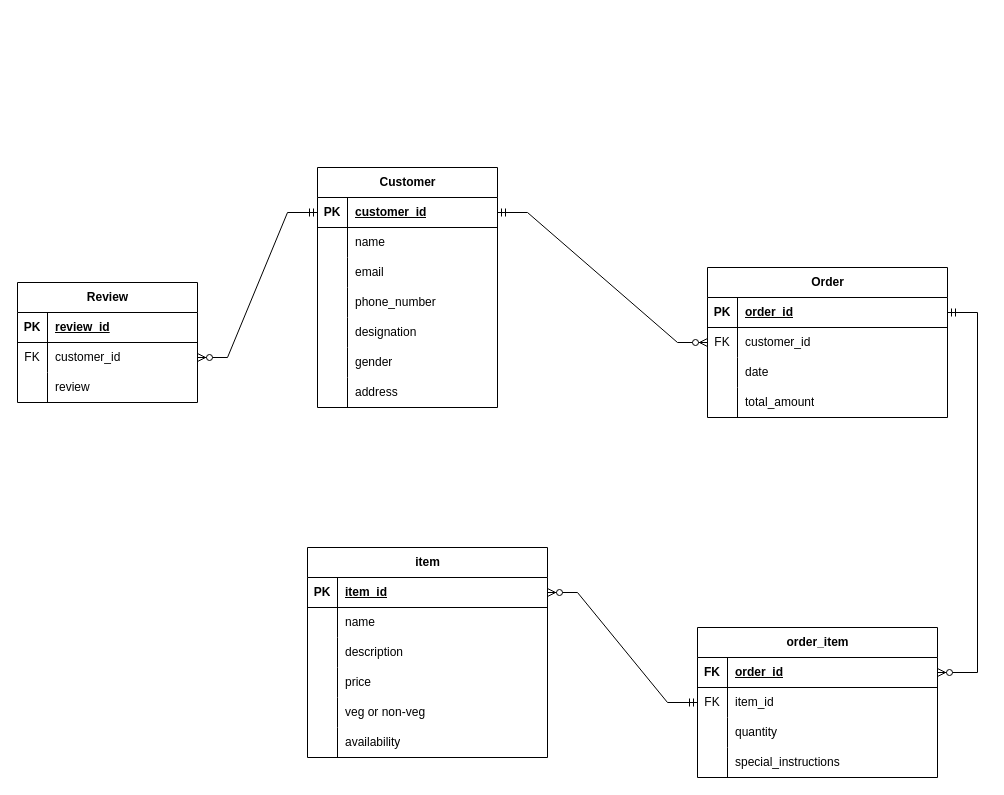
Earlier version of the draw.io diagram Database/ERD.drawio (tenze21/Food-ordering-web-app). Source tidied: cells renumbered, new cells numbered last; positions are measured from the earlier drawing's top-left corner, leaving out a move shared by most shapes. Both pictures are drawn from the tidied source at 100%, with x=0, y=0 at pixel (17, 167).
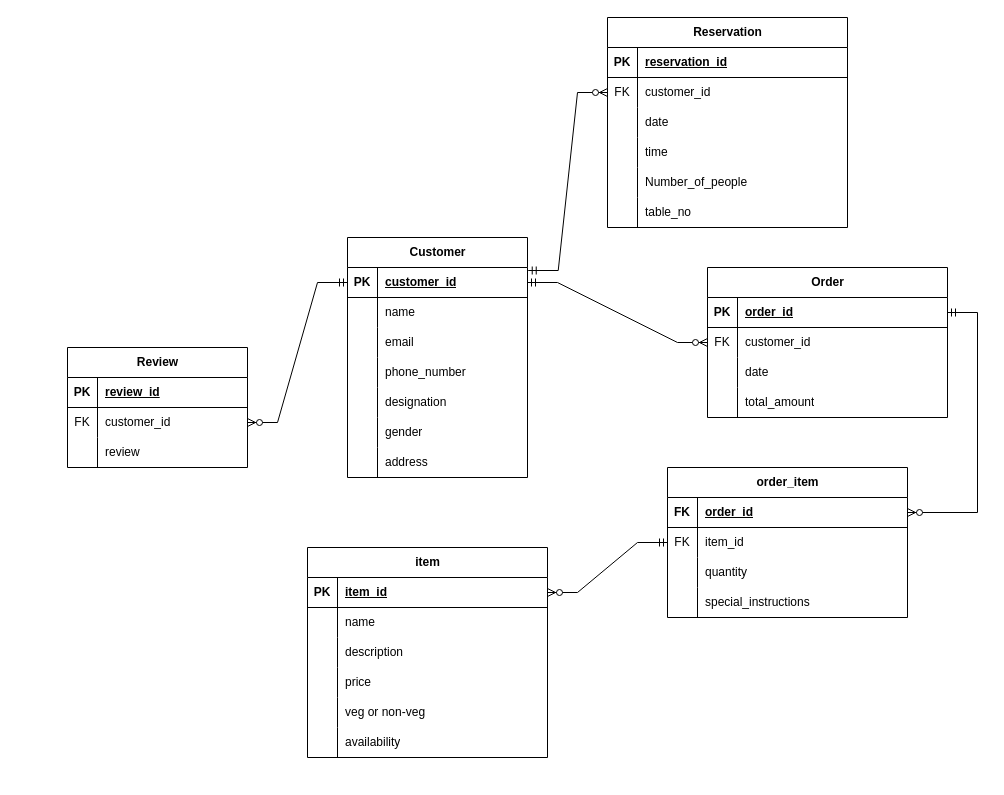
Above is the later version.

The change refers to these unchanged cells:
```xml
<mxCell id="3" style="shape=tableRow;horizontal=0;startSize=0;swimlaneHead=0;swimlaneBody=0;fillColor=none;points=[[0,0.5],[1,0.5]];portConstraint=eastwest;top=0;left=0;right=0;bottom=1;" parent="2" vertex="1">
  <mxGeometry y="30" width="180" height="30" as="geometry" />
</mxCell>
```

What changed in the source:
```diff
@@
     <mxCell id="2" value="Customer" style="shape=table;startSize=30;childLayout=tableLayout;rowLines=0;fontStyle=1;align=center;html=1;" parent="1" vertex="1">
-      <mxGeometry x="300" width="180" height="240" as="geometry" />
+      <mxGeometry x="330" y="70" width="180" height="240" as="geometry" />
     </mxCell>
@@
     <mxCell id="56" value="order_item" style="shape=table;startSize=30;childLayout=tableLayout;rowLines=0;fontStyle=1;align=center;html=1;" parent="1" vertex="1">
-      <mxGeometry x="680" y="460" width="240" height="150" as="geometry" />
+      <mxGeometry x="650" y="300" width="240" height="150" as="geometry" />
     </mxCell>
@@
     <mxCell id="71" value="Review" style="shape=table;startSize=30;childLayout=tableLayout;rowLines=0;fontStyle=1;align=center;html=1;" parent="1" vertex="1">
-      <mxGeometry y="115" width="180" height="120" as="geometry" />
+      <mxGeometry x="50" y="180" width="180" height="120" as="geometry" />
     </mxCell>
@@
+    <mxCell id="83" value="Reservation" style="shape=table;startSize=30;childLayout=tableLayout;rowLines=0;fontStyle=1;align=center;html=1;" parent="1" vertex="1">
+      <mxGeometry x="590" y="-150" width="240" height="210" as="geometry" />
+    </mxCell>
+    <mxCell id="84" style="shape=tableRow;horizontal=0;startSize=0;swimlaneHead=0;swimlaneBody=0;fillColor=none;top=0;left=0;right=0;bottom=1;" parent="83" vertex="1">
+      <mxGeometry y="30" width="240" height="30" as="geometry" />
+    </mxCell>
+    <mxCell id="85" value="PK" style="shape=partialRectangle;fillColor=none;top=0;left=0;bottom=0;right=0;fontStyle=1;overflow=hidden;whiteSpace=wrap;html=1;" parent="84" vertex="1">
+      <mxGeometry width="30" height="30" as="geometry" />
+    </mxCell>
+    <mxCell id="86" value="reservation_id" style="shape=partialRectangle;fillColor=none;top=0;left=0;bottom=0;right=0;align=left;spacingLeft=6;fontStyle=5;overflow=hidden;whiteSpace=wrap;html=1;" parent="84" vertex="1">
+      <mxGeometry x="30" width="210" height="30" as="geometry" />
+    </mxCell>
+    <mxCell id="87" style="shape=tableRow;horizontal=0;startSize=0;swimlaneHead=0;swimlaneBody=0;fillColor=none;points=[[0,0.5],[1,0.5]];portConstraint=eastwest;top=0;left=0;right=0;bottom=0;" parent="83" vertex="1">
+      <mxGeometry y="60" width="240" height="30" as="geometry" />
+    </mxCell>
+    <mxCell id="88" value="FK" style="shape=partialRectangle;fillColor=none;top=0;left=0;bottom=0;right=0;overflow=hidden;whiteSpace=wrap;html=1;" parent="87" vertex="1">
+      <mxGeometry width="30" height="30" as="geometry" />
+    </mxCell>
+    <mxCell id="89" value="customer_id" style="shape=partialRectangle;fillColor=none;top=0;left=0;bottom=0;right=0;align=left;spacingLeft=6;overflow=hidden;whiteSpace=wrap;html=1;" parent="87" vertex="1">
+      <mxGeometry x="30" width="210" height="30" as="geometry" />
+    </mxCell>
+    <mxCell id="90" style="shape=tableRow;horizontal=0;startSize=0;swimlaneHead=0;swimlaneBody=0;fillColor=none;top=0;left=0;right=0;bottom=0;" parent="83" vertex="1">
+      <mxGeometry y="90" width="240" height="30" as="geometry" />
+    </mxCell>
+    <mxCell id="91" style="shape=partialRectangle;fillColor=none;top=0;left=0;bottom=0;right=0;overflow=hidden;whiteSpace=wrap;html=1;" parent="90" vertex="1">
+      <mxGeometry width="30" height="30" as="geometry" />
+    </mxCell>
+    <mxCell id="92" value="date" style="shape=partialRectangle;fillColor=none;top=0;left=0;bottom=0;right=0;align=left;spacingLeft=6;overflow=hidden;whiteSpace=wrap;html=1;" parent="90" vertex="1">
+      <mxGeometry x="30" width="210" height="30" as="geometry" />
+    </mxCell>
+    <mxCell id="93" style="shape=tableRow;horizontal=0;startSize=0;swimlaneHead=0;swimlaneBody=0;fillColor=none;top=0;left=0;right=0;bottom=0;" parent="83" vertex="1">
+      <mxGeometry y="120" width="240" height="30" as="geometry" />
+    </mxCell>
+    <mxCell id="94" style="shape=partialRectangle;fillColor=none;top=0;left=0;bottom=0;right=0;overflow=hidden;whiteSpace=wrap;html=1;" parent="93" vertex="1">
+      <mxGeometry width="30" height="30" as="geometry" />
+    </mxCell>
+    <mxCell id="95" value="time" style="shape=partialRectangle;fillColor=none;top=0;left=0;bottom=0;right=0;align=left;spacingLeft=6;overflow=hidden;whiteSpace=wrap;html=1;" parent="93" vertex="1">
+      <mxGeometry x="30" width="210" height="30" as="geometry" />
+    </mxCell>
+    <mxCell id="96" style="shape=tableRow;horizontal=0;startSize=0;swimlaneHead=0;swimlaneBody=0;fillColor=none;top=0;left=0;right=0;bottom=0;" parent="83" vertex="1">
+      <mxGeometry y="150" width="240" height="30" as="geometry" />
+    </mxCell>
+    <mxCell id="97" style="shape=partialRectangle;fillColor=none;top=0;left=0;bottom=0;right=0;overflow=hidden;whiteSpace=wrap;html=1;" parent="96" vertex="1">
+      <mxGeometry width="30" height="30" as="geometry" />
+    </mxCell>
+    <mxCell id="98" value="Number_of_people" style="shape=partialRectangle;fillColor=none;top=0;left=0;bottom=0;right=0;align=left;spacingLeft=6;overflow=hidden;whiteSpace=wrap;html=1;" parent="96" vertex="1">
+      <mxGeometry x="30" width="210" height="30" as="geometry" />
+    </mxCell>
+    <mxCell id="99" style="shape=tableRow;horizontal=0;startSize=0;swimlaneHead=0;swimlaneBody=0;fillColor=none;top=0;left=0;right=0;bottom=0;" parent="83" vertex="1">
+      <mxGeometry y="180" width="240" height="30" as="geometry" />
+    </mxCell>
+    <mxCell id="100" style="shape=partialRectangle;fillColor=none;top=0;left=0;bottom=0;right=0;overflow=hidden;whiteSpace=wrap;html=1;" parent="99" vertex="1">
+      <mxGeometry width="30" height="30" as="geometry" />
+    </mxCell>
+    <mxCell id="101" value="table_no" style="shape=partialRectangle;fillColor=none;top=0;left=0;bottom=0;right=0;align=left;spacingLeft=6;overflow=hidden;whiteSpace=wrap;html=1;" parent="99" vertex="1">
+      <mxGeometry x="30" width="210" height="30" as="geometry" />
+    </mxCell>
+    <mxCell id="102" style="edgeStyle=entityRelationEdgeStyle;fontSize=12;html=1;endArrow=ERzeroToMany;startArrow=ERmandOne;rounded=0;exitX=1.004;exitY=0.1;exitDx=0;exitDy=0;entryX=0;entryY=0.5;entryDx=0;entryDy=0;exitPerimeter=0;" parent="1" edge="1" source="3" target="87">
+      <mxGeometry relative="1" as="geometry" />
+    </mxCell>
```
